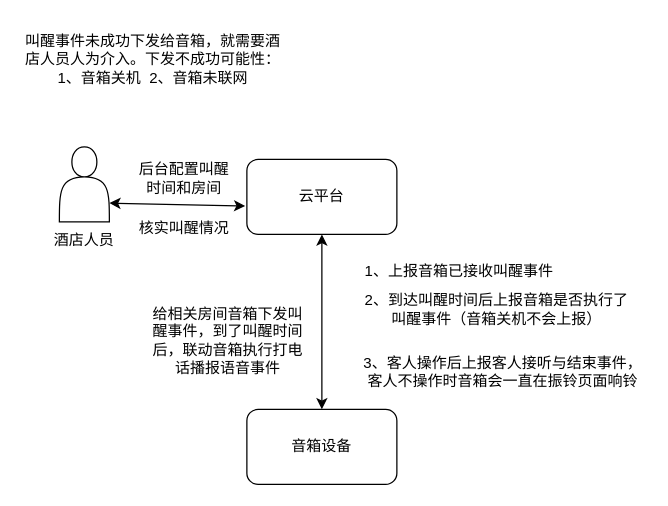
Before: xzzh/叫醒服务.drawio in daniel-7d/draw, a draw.io diagram. Source tidied: cells renumbered, new cells numbered last; positions are measured from the earlier drawing's top-left corner, leaving out a move shared by most shapes. Both pictures are drawn from the tidied source at 125%, with x=0, y=0 at pixel (21, 21).
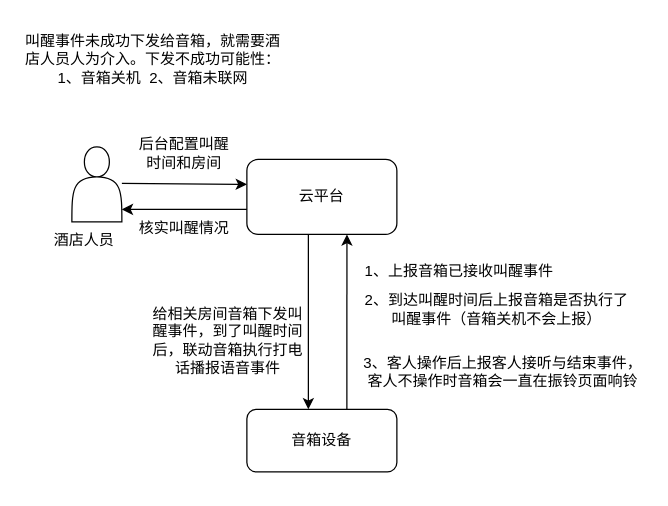
After the change.

Commit message (it also covers changes not shown here):
更新叫醒服务.drawio

Unchanged cells that the change refers to:
```xml
<mxCell id="5" value="云平台" style="rounded=1;whiteSpace=wrap;html=1;" parent="1" vertex="1">
  <mxGeometry x="180" y="110" width="120" height="60" as="geometry" />
</mxCell>
```

Change to the diagram source:
```diff
@@
     <mxCell id="2" style="shape=actor;whiteSpace=wrap;html=1;" parent="1" vertex="1">
-      <mxGeometry x="30" y="100" width="40" height="60" as="geometry" />
+      <mxGeometry x="40" y="100" width="40" height="60" as="geometry" />
     </mxCell>
@@
     <mxCell id="4" value="后台配置叫醒时间和房间" style="text;html=1;strokeColor=none;fillColor=none;align=center;verticalAlign=middle;whiteSpace=wrap;rounded=0;" parent="1" vertex="1">
-      <mxGeometry x="90" y="100" width="80" height="50" as="geometry" />
+      <mxGeometry x="90" y="80" width="80" height="50" as="geometry" />
     </mxCell>
@@
-    <mxCell id="6" style="endArrow=classic;startArrow=classic;html=1;rounded=0;exitX=0.5;exitY=0;exitDx=0;exitDy=0;" parent="1" edge="1" source="7">
-      <mxGeometry relative="1" as="geometry">
-        <mxPoint x="240" y="170" as="targetPoint" />
-      </mxGeometry>
-    </mxCell>
     <mxCell id="7" value="音箱设备" style="rounded=1;whiteSpace=wrap;html=1;" parent="1" vertex="1">
-      <mxGeometry x="180" y="310" width="120" height="60" as="geometry" />
+      <mxGeometry x="180" y="310" width="120" height="50" as="geometry" />
     </mxCell>
@@
-    <mxCell id="13" style="endArrow=classic;startArrow=classic;html=1;rounded=0;exitX=1;exitY=0.75;exitDx=0;exitDy=0;entryX=-0.011;entryY=0.622;entryDx=0;entryDy=0;entryPerimeter=0;" parent="1" edge="1" source="2" target="5">
-      <mxGeometry relative="1" as="geometry" />
-    </mxCell>
@@
+    <mxCell id="15" style="endArrow=classic;html=1;rounded=0;" parent="1" edge="1">
+      <mxGeometry relative="1" as="geometry">
+        <mxPoint x="229.2" y="170" as="sourcePoint" />
+        <mxPoint x="229.2" y="310" as="targetPoint" />
+      </mxGeometry>
+    </mxCell>
+    <mxCell id="16" style="endArrow=classic;html=1;rounded=0;entryX=0.667;entryY=1;entryDx=0;entryDy=0;entryPerimeter=0;" parent="1" edge="1" target="5">
+      <mxGeometry relative="1" as="geometry">
+        <mxPoint x="260" y="310" as="sourcePoint" />
+      </mxGeometry>
+    </mxCell>
+    <mxCell id="17" style="endArrow=classic;html=1;rounded=0;" parent="1" edge="1">
+      <mxGeometry relative="1" as="geometry">
+        <mxPoint x="80" y="129.2" as="sourcePoint" />
+        <mxPoint x="180" y="130" as="targetPoint" />
+      </mxGeometry>
+    </mxCell>
+    <mxCell id="18" style="endArrow=classic;html=1;rounded=0;" parent="1" edge="1">
+      <mxGeometry relative="1" as="geometry">
+        <mxPoint x="180" y="150" as="sourcePoint" />
+        <mxPoint x="80" y="150" as="targetPoint" />
+      </mxGeometry>
+    </mxCell>
```
